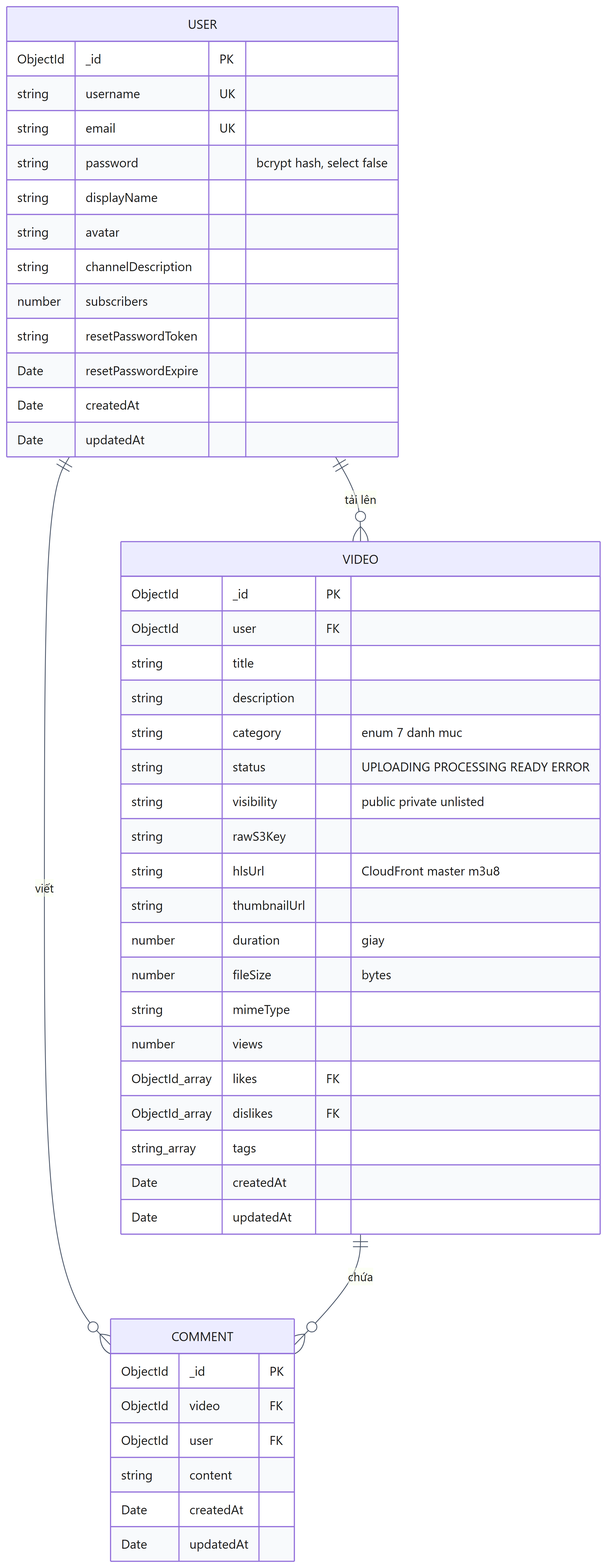
This is report/images/04-database-erd.png from DinhQuocCuong28664/DACNTT_VideoStreaming, a Mermaid export, as it was before one commit. Its source is kept beside it as docs/diagrams/src/04-database-erd.mmd. Source of this version:
```mermaid
erDiagram
    USER ||--o{ VIDEO : "tải lên"
    USER ||--o{ COMMENT : "viết"
    VIDEO ||--o{ COMMENT : "chứa"

    USER {
        ObjectId _id PK
        string username UK
        string email UK
        string password "bcrypt hash, select false"
        string displayName
        string avatar
        string channelDescription
        number subscribers
        string resetPasswordToken
        Date resetPasswordExpire
        Date createdAt
        Date updatedAt
    }

    VIDEO {
        ObjectId _id PK
        ObjectId user FK
        string title
        string description
        string category "enum 7 danh muc"
        string status "UPLOADING PROCESSING READY ERROR"
        string visibility "public private unlisted"
        string rawS3Key
        string hlsUrl "CloudFront master m3u8"
        string thumbnailUrl
        number duration "giay"
        number fileSize "bytes"
        string mimeType
        number views
        ObjectId_array likes FK
        ObjectId_array dislikes FK
        string_array tags
        Date createdAt
        Date updatedAt
    }

    COMMENT {
        ObjectId _id PK
        ObjectId video FK
        ObjectId user FK
        string content
        Date createdAt
        Date updatedAt
    }
```
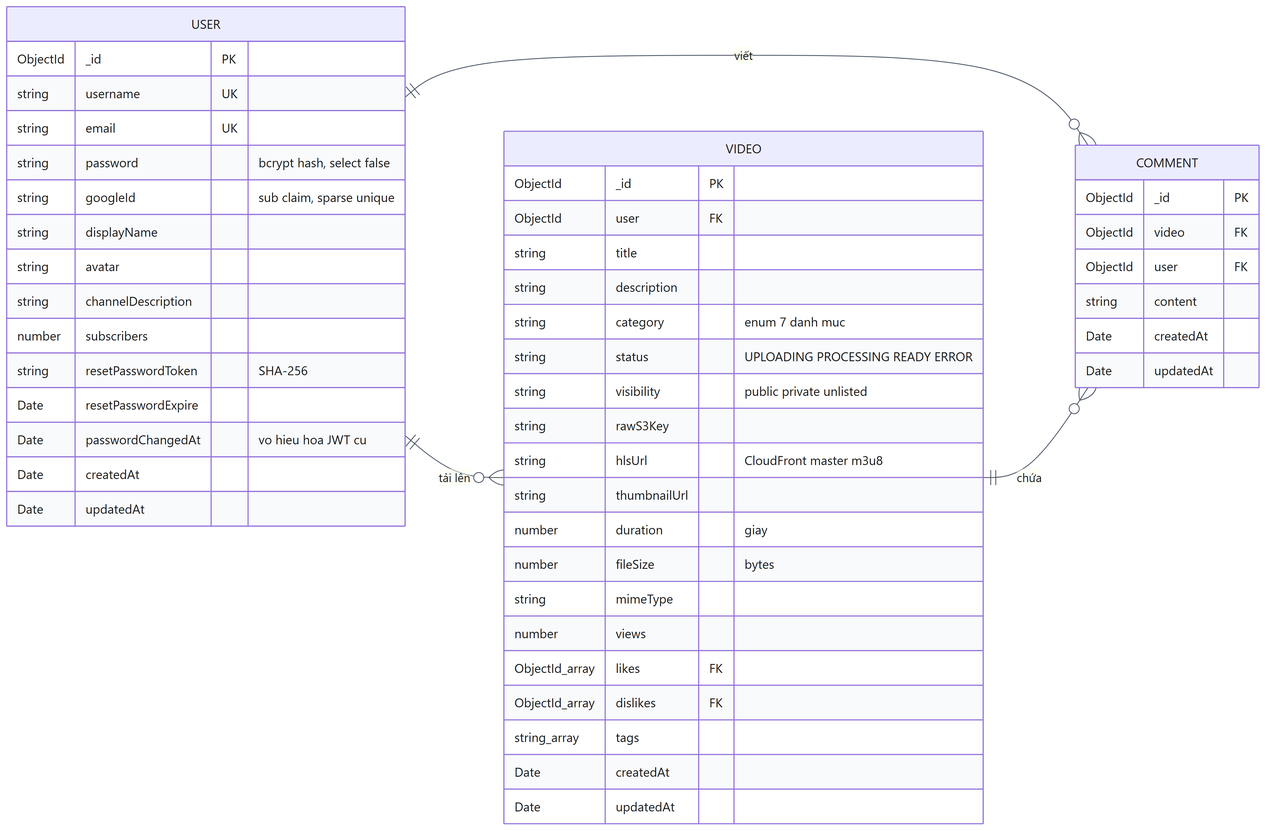
Above is the later version.

Commit message:
docs(report): fix the ER diagram, table 5.6 layout, and bold in body text

Change to the diagram source:
```diff
@@ -1,4 +1,6 @@
 erDiagram
+    direction LR
+
     USER ||--o{ VIDEO : "tải lên"
     USER ||--o{ COMMENT : "viết"
     VIDEO ||--o{ COMMENT : "chứa"
@@ -8,12 +10,14 @@
         string username UK
         string email UK
         string password "bcrypt hash, select false"
+        string googleId "sub claim, sparse unique"
         string displayName
         string avatar
         string channelDescription
         number subscribers
-        string resetPasswordToken
+        string resetPasswordToken "SHA-256"
         Date resetPasswordExpire
+        Date passwordChangedAt "vo hieu hoa JWT cu"
         Date createdAt
         Date updatedAt
     }
```
